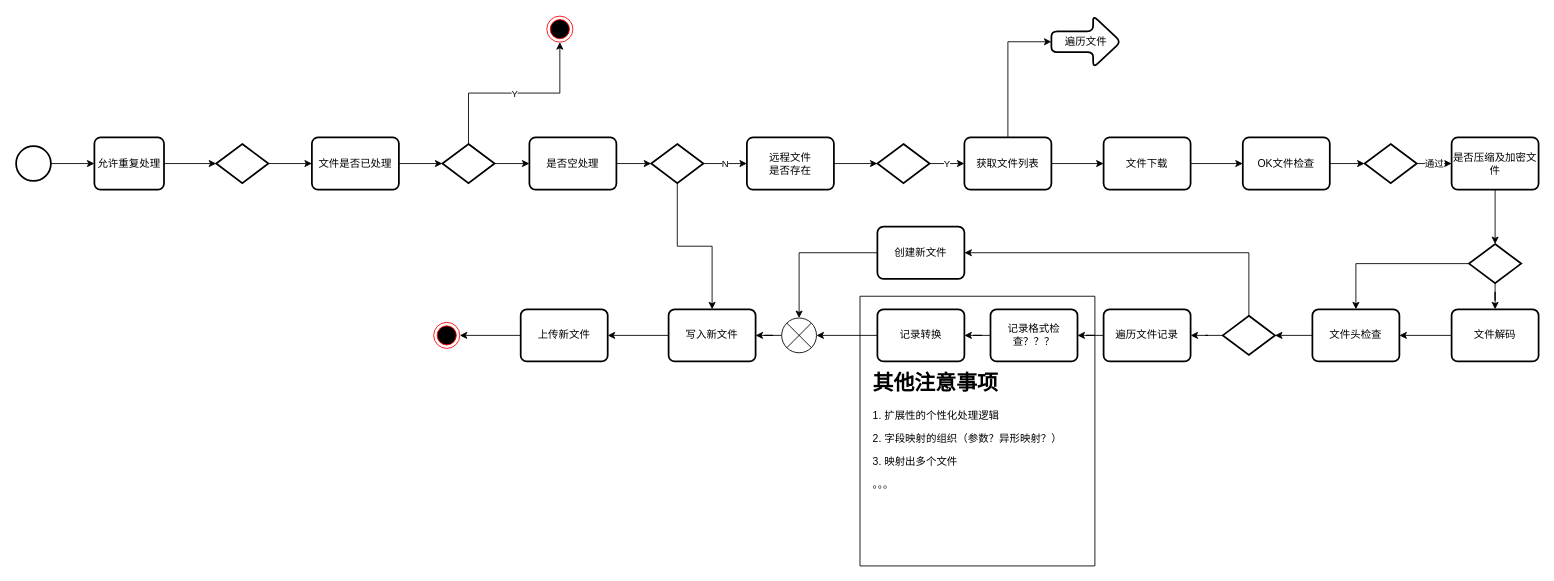
Before: page "Page-5" (5 of 6) of diagrams.net/DDDtest.drawio in ZhengweiHou/simplegit, a draw.io diagram. Source tidied: cells renumbered, new cells numbered last; positions are measured from the earlier drawing's top-left corner, leaving out a move shared by most shapes. Both pictures are drawn from the tidied source at 87%, with x=0, y=0 at pixel (16, 16).
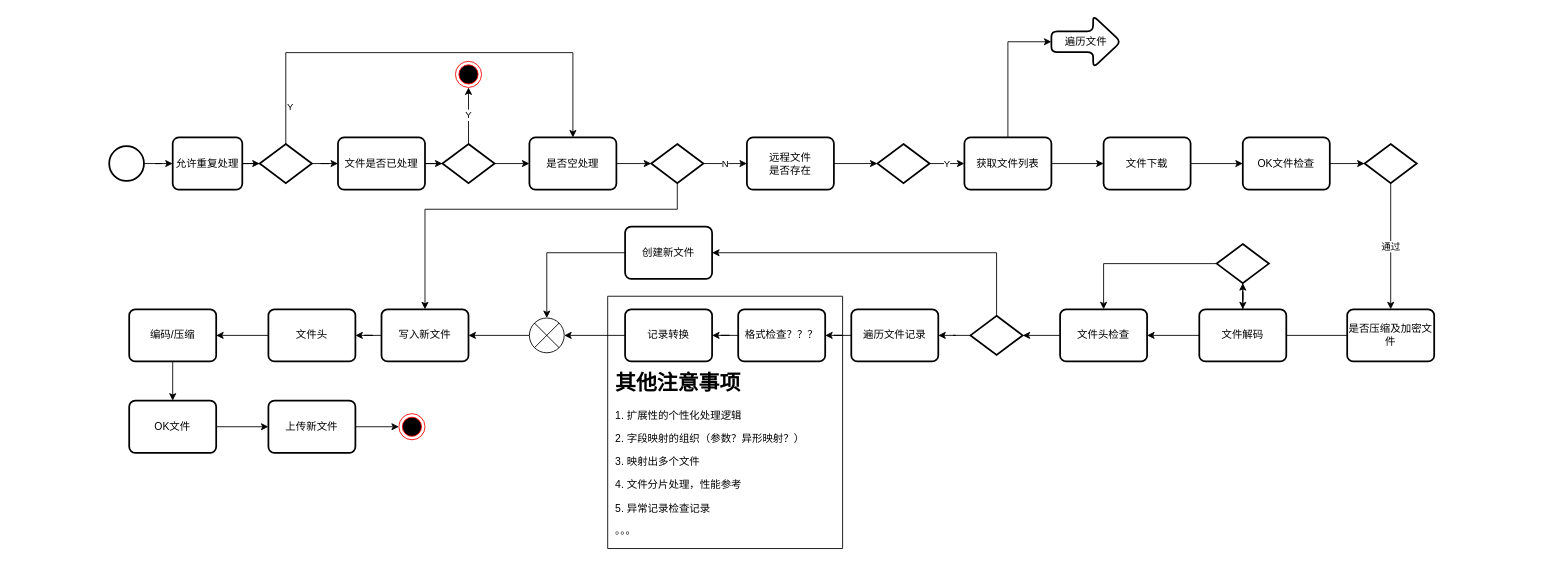
Above is the later version.

Unchanged cells that the change refers to:
```xml
<mxCell id="41" value="&lt;div&gt;是否空处理&lt;/div&gt;" style="rounded=1;whiteSpace=wrap;html=1;absoluteArcSize=1;arcSize=14;strokeWidth=2;" parent="1" vertex="1">
  <mxGeometry x="590" y="139.5" width="100" height="60" as="geometry" />
</mxCell>
<mxCell id="43" style="strokeWidth=2;html=1;shape=mxgraph.flowchart.decision;whiteSpace=wrap;" parent="1" vertex="1">
  <mxGeometry x="730" y="147" width="60" height="45" as="geometry" />
</mxCell>
```

Change to the diagram source:
```diff
@@
+    <mxCell id="56" parent="0" />
+    <mxCell id="57" style="verticalLabelPosition=bottom;verticalAlign=top;html=1;shape=mxgraph.basic.rect;fillColor2=none;strokeWidth=1;size=20;indent=5;fillColor=none;" parent="56" vertex="1">
+      <mxGeometry x="680" y="322" width="270" height="290" as="geometry" />
+    </mxCell>
+    <mxCell id="58" value="&lt;h1&gt;其他注意事项&lt;br&gt;&lt;/h1&gt;&lt;p&gt;1. 扩展性的个性化处理逻辑&lt;/p&gt;&lt;p&gt;2. 字段映射的组织（参数？异形映射？）&lt;br&gt;&lt;/p&gt;&lt;p&gt;3. 映射出多个文件&lt;/p&gt;&lt;p&gt;4. 文件分片处理，性能参考&lt;/p&gt;&lt;p&gt;5. 异常记录检查记录&lt;br&gt;&lt;/p&gt;&lt;p&gt;。。。&lt;br&gt;&lt;/p&gt;" style="text;html=1;strokeColor=none;fillColor=none;spacing=5;spacingTop=-20;whiteSpace=wrap;overflow=hidden;rounded=0;" parent="56" vertex="1">
+      <mxGeometry x="684" y="402" width="250" height="200" as="geometry" />
+    </mxCell>
@@
     <mxCell id="3" style="strokeWidth=2;html=1;shape=mxgraph.flowchart.start_2;whiteSpace=wrap;" parent="1" vertex="1">
-      <mxGeometry y="149.5" width="40" height="40" as="geometry" />
+      <mxGeometry x="107" y="149.5" width="40" height="40" as="geometry" />
     </mxCell>
@@
     <mxCell id="10" style="verticalLabelPosition=bottom;verticalAlign=top;html=1;shape=mxgraph.flowchart.or;" parent="1" vertex="1">
-      <mxGeometry x="880" y="347" width="40" height="40" as="geometry" />
+      <mxGeometry x="590" y="347" width="40" height="40" as="geometry" />
     </mxCell>
@@
     <mxCell id="12" value="&lt;div&gt;允许重复处理&lt;/div&gt;" style="rounded=1;whiteSpace=wrap;html=1;absoluteArcSize=1;arcSize=14;strokeWidth=2;" parent="1" vertex="1">
-      <mxGeometry x="90" y="139.5" width="80" height="60" as="geometry" />
+      <mxGeometry x="180" y="139.5" width="80" height="60" as="geometry" />
     </mxCell>
@@
     <mxCell id="16" value="是否压缩及加密文件" style="rounded=1;whiteSpace=wrap;html=1;absoluteArcSize=1;arcSize=14;strokeWidth=2;" parent="1" vertex="1">
-      <mxGeometry x="1650" y="139.5" width="100" height="60" as="geometry" />
+      <mxGeometry x="1530" y="337" width="100" height="60" as="geometry" />
     </mxCell>
@@
     <mxCell id="18" value="文件解码" style="rounded=1;whiteSpace=wrap;html=1;absoluteArcSize=1;arcSize=14;strokeWidth=2;" parent="1" vertex="1">
-      <mxGeometry x="1650" y="337" width="100" height="60" as="geometry" />
+      <mxGeometry x="1360" y="337" width="100" height="60" as="geometry" />
     </mxCell>
@@
     <mxCell id="21" style="strokeWidth=2;html=1;shape=mxgraph.flowchart.decision;whiteSpace=wrap;" parent="1" vertex="1">
-      <mxGeometry x="1670" y="262" width="60" height="45" as="geometry" />
+      <mxGeometry x="1380" y="262" width="60" height="45" as="geometry" />
     </mxCell>
@@
     <mxCell id="29" value="文件头检查" style="rounded=1;whiteSpace=wrap;html=1;absoluteArcSize=1;arcSize=14;strokeWidth=2;" parent="1" vertex="1">
-      <mxGeometry x="1490" y="337" width="100" height="60" as="geometry" />
+      <mxGeometry x="1200" y="337" width="100" height="60" as="geometry" />
     </mxCell>
@@
     <mxCell id="31" value="遍历文件记录" style="rounded=1;whiteSpace=wrap;html=1;absoluteArcSize=1;arcSize=14;strokeWidth=2;" parent="1" vertex="1">
-      <mxGeometry x="1250" y="337" width="100" height="60" as="geometry" />
+      <mxGeometry x="960" y="337" width="100" height="60" as="geometry" />
     </mxCell>
@@
     <mxCell id="37" value="&lt;div&gt;文件是否已处理&lt;/div&gt;" style="rounded=1;whiteSpace=wrap;html=1;absoluteArcSize=1;arcSize=14;strokeWidth=2;" parent="1" vertex="1">
-      <mxGeometry x="340" y="139.5" width="100" height="60" as="geometry" />
+      <mxGeometry x="370" y="139.5" width="100" height="60" as="geometry" />
     </mxCell>
@@
+    <mxCell id="63" style="edgeStyle=orthogonalEdgeStyle;rounded=0;jettySize=auto;html=1;entryX=0.5;entryY=0;entryDx=0;entryDy=0;" parent="1" edge="1" source="39" target="41">
+      <mxGeometry relative="1" as="geometry">
+        <Array as="points">
+          <mxPoint x="310" y="42" />
+          <mxPoint x="640" y="42" />
+        </Array>
+      </mxGeometry>
+    </mxCell>
+    <mxCell id="64" value="Y" style="edgeLabel;html=1;align=center;verticalAlign=middle;" parent="63" vertex="1">
+      <mxGeometry x="-0.84" y="-4" relative="1" as="geometry" />
+    </mxCell>
     <mxCell id="39" style="strokeWidth=2;html=1;shape=mxgraph.flowchart.decision;whiteSpace=wrap;" parent="1" vertex="1">
-      <mxGeometry x="230" y="147" width="60" height="45" as="geometry" />
+      <mxGeometry x="280" y="147" width="60" height="45" as="geometry" />
     </mxCell>
@@
     <mxCell id="46" style="strokeWidth=2;html=1;shape=mxgraph.flowchart.decision;whiteSpace=wrap;" parent="1" vertex="1">
-      <mxGeometry x="1387" y="344.5" width="60" height="45" as="geometry" />
+      <mxGeometry x="1097" y="344.5" width="60" height="45" as="geometry" />
     </mxCell>
@@
-    <mxCell id="48" value="&lt;div&gt;记录格式检查？？？&lt;/div&gt;" style="rounded=1;whiteSpace=wrap;html=1;absoluteArcSize=1;arcSize=14;strokeWidth=2;" parent="1" vertex="1">
-      <mxGeometry x="1120" y="337" width="100" height="60" as="geometry" />
+    <mxCell id="48" value="&lt;div&gt;格式检查？？？&lt;/div&gt;" style="rounded=1;whiteSpace=wrap;html=1;absoluteArcSize=1;arcSize=14;strokeWidth=2;" parent="1" vertex="1">
+      <mxGeometry x="830" y="337" width="100" height="60" as="geometry" />
     </mxCell>
@@
     <mxCell id="50" value="记录转换" style="rounded=1;whiteSpace=wrap;html=1;absoluteArcSize=1;arcSize=14;strokeWidth=2;" parent="1" vertex="1">
-      <mxGeometry x="990" y="337" width="100" height="60" as="geometry" />
+      <mxGeometry x="700" y="337" width="100" height="60" as="geometry" />
     </mxCell>
@@
     <mxCell id="52" value="创建新文件" style="rounded=1;whiteSpace=wrap;html=1;absoluteArcSize=1;arcSize=14;strokeWidth=2;" parent="1" vertex="1">
-      <mxGeometry x="990" y="242" width="100" height="60" as="geometry" />
+      <mxGeometry x="700" y="242" width="100" height="60" as="geometry" />
     </mxCell>
-    <mxCell id="53" style="edgeStyle=orthogonalEdgeStyle;rounded=0;jettySize=auto;html=1;" parent="1" edge="1" source="54" target="61">
+    <mxCell id="53" style="edgeStyle=orthogonalEdgeStyle;rounded=0;jettySize=auto;html=1;entryX=1;entryY=0.5;entryDx=0;entryDy=0;" parent="1" edge="1" source="54" target="70">
       <mxGeometry relative="1" as="geometry" />
     </mxCell>
     <mxCell id="54" value="写入新文件" style="rounded=1;whiteSpace=wrap;html=1;absoluteArcSize=1;arcSize=14;strokeWidth=2;" parent="1" vertex="1">
-      <mxGeometry x="750" y="337" width="100" height="60" as="geometry" />
+      <mxGeometry x="420" y="337" width="100" height="60" as="geometry" />
     </mxCell>
     <mxCell id="55" style="ellipse;html=1;shape=endState;fillColor=#000000;strokeColor=#ff0000;" parent="1" vertex="1">
-      <mxGeometry x="610" width="30" height="30" as="geometry" />
+      <mxGeometry x="505" y="52" width="30" height="30" as="geometry" />
     </mxCell>
-    <mxCell id="56" parent="0" />
-    <mxCell id="57" style="verticalLabelPosition=bottom;verticalAlign=top;html=1;shape=mxgraph.basic.rect;fillColor2=none;strokeWidth=1;size=20;indent=5;fillColor=none;" parent="56" vertex="1">
-      <mxGeometry x="970" y="322" width="270" height="310" as="geometry" />
-    </mxCell>
-    <mxCell id="58" value="&lt;h1&gt;其他注意事项&lt;br&gt;&lt;/h1&gt;&lt;p&gt;1. 扩展性的个性化处理逻辑&lt;/p&gt;&lt;p&gt;2. 字段映射的组织（参数？异形映射？）&lt;br&gt;&lt;/p&gt;&lt;p&gt;3. 映射出多个文件&lt;br&gt;&lt;/p&gt;&lt;p&gt;。。。&lt;br&gt;&lt;/p&gt;" style="text;html=1;strokeColor=none;fillColor=none;spacing=5;spacingTop=-20;whiteSpace=wrap;overflow=hidden;rounded=0;" parent="56" vertex="1">
-      <mxGeometry x="980" y="402" width="250" height="180" as="geometry" />
-    </mxCell>
-    <mxCell id="59" style="edgeStyle=orthogonalEdgeStyle;rounded=0;jettySize=auto;html=1;entryX=0.5;entryY=0;entryDx=0;entryDy=0;" parent="56" edge="1" source="43" target="54">
-      <mxGeometry relative="1" as="geometry" />
+    <mxCell id="59" style="edgeStyle=orthogonalEdgeStyle;rounded=0;jettySize=auto;html=1;exitX=0.5;exitY=1;exitDx=0;exitDy=0;exitPerimeter=0;entryX=0.5;entryY=0;entryDx=0;entryDy=0;" parent="1" edge="1" source="43" target="54">
+      <mxGeometry relative="1" as="geometry">
+        <Array as="points">
+          <mxPoint x="760" y="222" />
+          <mxPoint x="470" y="222" />
+        </Array>
+      </mxGeometry>
     </mxCell>
-    <mxCell id="60" style="edgeStyle=orthogonalEdgeStyle;rounded=0;jettySize=auto;html=1;" parent="56" edge="1" source="61" target="62">
-      <mxGeometry relative="1" as="geometry" />
-    </mxCell>
+    <mxCell id="65" style="edgeStyle=orthogonalEdgeStyle;rounded=0;jettySize=auto;html=1;" parent="1" edge="1" source="61" target="66">
+      <mxGeometry relative="1" as="geometry" />
+    </mxCell>
-    <mxCell id="61" value="上传新文件" style="rounded=1;whiteSpace=wrap;html=1;absoluteArcSize=1;arcSize=14;strokeWidth=2;" parent="56" vertex="1">
-      <mxGeometry x="580" y="337" width="100" height="60" as="geometry" />
+    <mxCell id="61" value="上传新文件" style="rounded=1;whiteSpace=wrap;html=1;absoluteArcSize=1;arcSize=14;strokeWidth=2;" parent="1" vertex="1">
+      <mxGeometry x="290" y="442" width="100" height="60" as="geometry" />
     </mxCell>
-    <mxCell id="62" style="ellipse;html=1;shape=endState;fillColor=#000000;strokeColor=#ff0000;" parent="56" vertex="1">
-      <mxGeometry x="480" y="352" width="30" height="30" as="geometry" />
-    </mxCell>
+    <mxCell id="66" style="ellipse;html=1;shape=endState;fillColor=#000000;strokeColor=#ff0000;" parent="1" vertex="1">
+      <mxGeometry x="440" y="457" width="30" height="30" as="geometry" />
+    </mxCell>
+    <mxCell id="67" style="edgeStyle=orthogonalEdgeStyle;rounded=0;jettySize=auto;html=1;" parent="1" edge="1" source="68" target="61">
+      <mxGeometry relative="1" as="geometry" />
+    </mxCell>
+    <mxCell id="68" value="OK文件" style="rounded=1;whiteSpace=wrap;html=1;absoluteArcSize=1;arcSize=14;strokeWidth=2;" parent="1" vertex="1">
+      <mxGeometry x="130" y="442" width="100" height="60" as="geometry" />
+    </mxCell>
+    <mxCell id="69" style="edgeStyle=orthogonalEdgeStyle;rounded=0;jettySize=auto;html=1;" parent="1" edge="1" source="70" target="72">
+      <mxGeometry relative="1" as="geometry" />
+    </mxCell>
+    <mxCell id="70" value="文件头" style="rounded=1;whiteSpace=wrap;html=1;absoluteArcSize=1;arcSize=14;strokeWidth=2;" parent="1" vertex="1">
+      <mxGeometry x="290" y="337" width="100" height="60" as="geometry" />
+    </mxCell>
+    <mxCell id="71" style="edgeStyle=orthogonalEdgeStyle;rounded=0;jettySize=auto;html=1;" parent="1" edge="1" source="72">
+      <mxGeometry relative="1" as="geometry">
+        <mxPoint x="180" y="442" as="targetPoint" />
+      </mxGeometry>
+    </mxCell>
+    <mxCell id="72" value="编码/压缩" style="rounded=1;whiteSpace=wrap;html=1;absoluteArcSize=1;arcSize=14;strokeWidth=2;" parent="1" vertex="1">
+      <mxGeometry x="130" y="337" width="100" height="60" as="geometry" />
+    </mxCell>
```
